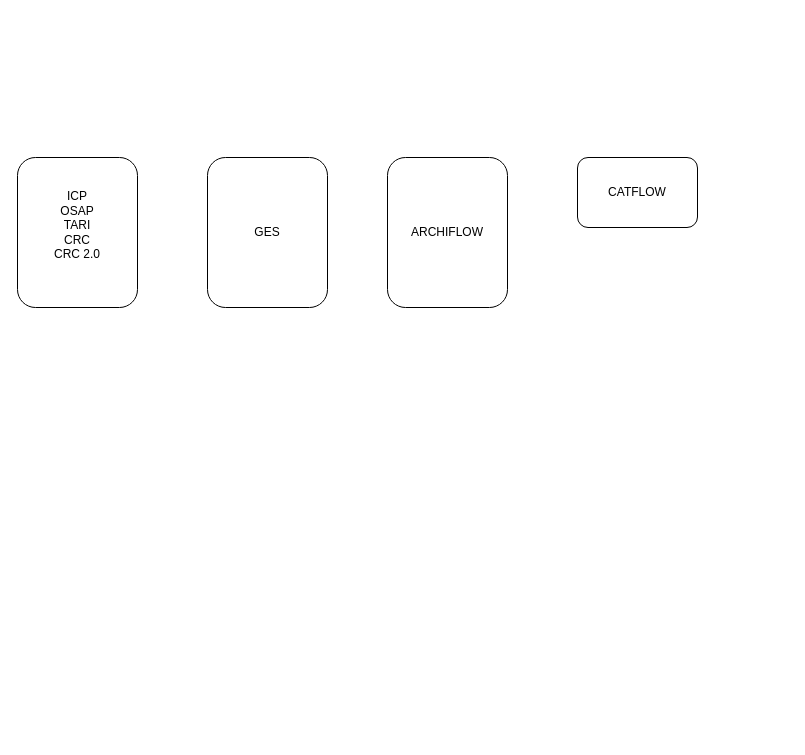
This is Processo Firma Digitale.drawio from marcogarbujoabaco/drawio, a draw.io file, before an edit. Source tidied: cells renumbered, new cells numbered last; positions are measured from the earlier drawing's top-left corner, leaving out a move shared by most shapes. Both pictures are drawn from the tidied source at 100%, with x=0, y=0 at pixel (17, 157).
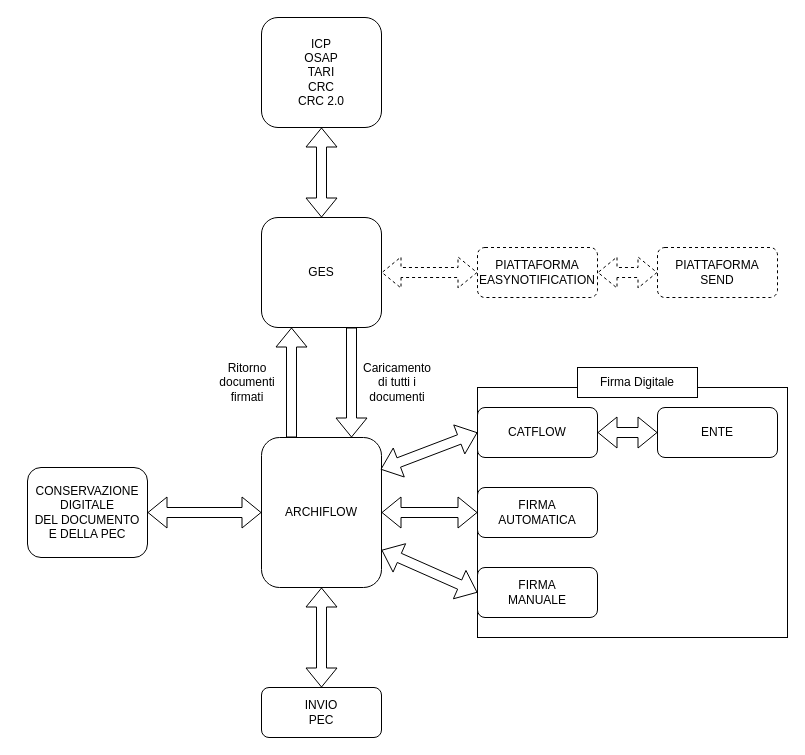
The same page after the edit.

Diff of the diagram source:
```diff
@@
+    <mxCell id="6" style="rounded=0;whiteSpace=wrap;html=1;" parent="1" vertex="1">
+      <mxGeometry x="460" y="230" width="310" height="250" as="geometry" />
+    </mxCell>
-    <mxCell id="2" value="ICP&lt;div&gt;OSAP&lt;/div&gt;&lt;div&gt;TARI&lt;/div&gt;&lt;div&gt;CRC&lt;/div&gt;&lt;div&gt;CRC 2.0&lt;/div&gt;&lt;div&gt;&lt;br&gt;&lt;/div&gt;" style="rounded=1;whiteSpace=wrap;html=1;" parent="1" vertex="1">
-      <mxGeometry width="120" height="150" as="geometry" />
+    <mxCell id="2" value="ICP&lt;div&gt;OSAP&lt;/div&gt;&lt;div&gt;TARI&lt;/div&gt;&lt;div&gt;CRC&lt;/div&gt;&lt;div&gt;CRC 2.0&lt;/div&gt;" style="rounded=1;whiteSpace=wrap;html=1;" parent="1" vertex="1">
+      <mxGeometry x="244" y="-140" width="120" height="110" as="geometry" />
     </mxCell>
     <mxCell id="3" value="&lt;div&gt;GES&lt;/div&gt;" style="rounded=1;whiteSpace=wrap;html=1;" parent="1" vertex="1">
-      <mxGeometry x="190" width="120" height="150" as="geometry" />
+      <mxGeometry x="244" y="60" width="120" height="110" as="geometry" />
     </mxCell>
     <mxCell id="4" value="&lt;div&gt;ARCHIFLOW&lt;/div&gt;" style="rounded=1;whiteSpace=wrap;html=1;" parent="1" vertex="1">
-      <mxGeometry x="370" width="120" height="150" as="geometry" />
+      <mxGeometry x="244" y="280" width="120" height="150" as="geometry" />
     </mxCell>
     <mxCell id="5" value="&lt;div&gt;CATFLOW&lt;/div&gt;" style="rounded=1;whiteSpace=wrap;html=1;" parent="1" vertex="1">
-      <mxGeometry x="560" width="120" height="70" as="geometry" />
+      <mxGeometry x="460" y="250" width="120" height="50" as="geometry" />
     </mxCell>
+    <mxCell id="7" style="shape=flexArrow;endArrow=classic;html=1;rounded=0;entryX=0.75;entryY=0;entryDx=0;entryDy=0;exitX=0.75;exitY=1;exitDx=0;exitDy=0;" parent="1" edge="1" source="3" target="4">
+      <mxGeometry relative="1" as="geometry" />
+    </mxCell>
+    <mxCell id="8" value="Caricamento di tutti i documenti" style="text;html=1;align=center;verticalAlign=middle;whiteSpace=wrap;rounded=0;" parent="1" vertex="1">
+      <mxGeometry x="350" y="210" width="60" height="30" as="geometry" />
+    </mxCell>
+    <mxCell id="9" value="&lt;div&gt;FIRMA&lt;/div&gt;&lt;div&gt;AUTOMATICA&lt;/div&gt;" style="rounded=1;whiteSpace=wrap;html=1;" parent="1" vertex="1">
+      <mxGeometry x="460" y="330" width="120" height="50" as="geometry" />
+    </mxCell>
+    <mxCell id="10" value="&lt;div&gt;FIRMA&lt;/div&gt;&lt;div&gt;MANUALE&lt;/div&gt;" style="rounded=1;whiteSpace=wrap;html=1;" parent="1" vertex="1">
+      <mxGeometry x="460" y="410" width="120" height="50" as="geometry" />
+    </mxCell>
+    <mxCell id="11" value="&lt;div&gt;ENTE&lt;/div&gt;" style="rounded=1;whiteSpace=wrap;html=1;" parent="1" vertex="1">
+      <mxGeometry x="640" y="250" width="120" height="50" as="geometry" />
+    </mxCell>
+    <mxCell id="12" style="shape=flexArrow;endArrow=classic;startArrow=classic;html=1;rounded=0;entryX=0;entryY=0.5;entryDx=0;entryDy=0;exitX=1;exitY=0.5;exitDx=0;exitDy=0;" parent="1" edge="1" source="5" target="11">
+      <mxGeometry relative="1" as="geometry" />
+    </mxCell>
+    <mxCell id="13" style="shape=flexArrow;endArrow=classic;startArrow=classic;html=1;rounded=0;entryX=0;entryY=0.5;entryDx=0;entryDy=0;exitX=0.992;exitY=0.213;exitDx=0;exitDy=0;exitPerimeter=0;" parent="1" edge="1" source="4" target="5">
+      <mxGeometry relative="1" as="geometry" />
+    </mxCell>
+    <mxCell id="14" style="shape=flexArrow;endArrow=classic;startArrow=classic;html=1;rounded=0;entryX=0;entryY=0.5;entryDx=0;entryDy=0;exitX=1;exitY=0.5;exitDx=0;exitDy=0;" parent="1" edge="1" source="4" target="9">
+      <mxGeometry relative="1" as="geometry" />
+    </mxCell>
+    <mxCell id="15" style="shape=flexArrow;endArrow=classic;startArrow=classic;html=1;rounded=0;entryX=0;entryY=0.5;entryDx=0;entryDy=0;exitX=1;exitY=0.75;exitDx=0;exitDy=0;" parent="1" edge="1" source="4" target="10">
+      <mxGeometry relative="1" as="geometry" />
+    </mxCell>
+    <mxCell id="16" value="&lt;div&gt;INVIO&lt;/div&gt;&lt;div&gt;PEC&lt;/div&gt;" style="rounded=1;whiteSpace=wrap;html=1;" parent="1" vertex="1">
+      <mxGeometry x="244" y="530" width="120" height="50" as="geometry" />
+    </mxCell>
+    <mxCell id="17" style="shape=flexArrow;endArrow=classic;startArrow=classic;html=1;rounded=0;exitX=0.5;exitY=1;exitDx=0;exitDy=0;entryX=0.5;entryY=0;entryDx=0;entryDy=0;" parent="1" edge="1" source="4" target="16">
+      <mxGeometry relative="1" as="geometry" />
+    </mxCell>
+    <mxCell id="18" value="&lt;div&gt;CONSERVAZIONE&lt;/div&gt;&lt;div&gt;DIGITALE&lt;/div&gt;&lt;div&gt;DEL DOCUMENTO&lt;/div&gt;&lt;div&gt;E DELLA PEC&lt;/div&gt;" style="rounded=1;whiteSpace=wrap;html=1;" parent="1" vertex="1">
+      <mxGeometry x="10" y="310" width="120" height="90" as="geometry" />
+    </mxCell>
+    <mxCell id="19" style="shape=flexArrow;endArrow=classic;startArrow=classic;html=1;rounded=0;exitX=1;exitY=0.5;exitDx=0;exitDy=0;entryX=0;entryY=0.5;entryDx=0;entryDy=0;" parent="1" edge="1" source="18" target="4">
+      <mxGeometry relative="1" as="geometry" />
+    </mxCell>
+    <mxCell id="20" style="shape=flexArrow;endArrow=classic;html=1;rounded=0;entryX=0.25;entryY=1;entryDx=0;entryDy=0;exitX=0.25;exitY=0;exitDx=0;exitDy=0;" parent="1" edge="1" source="4" target="3">
+      <mxGeometry relative="1" as="geometry" />
+    </mxCell>
+    <mxCell id="21" value="Ritorno&lt;div&gt;documenti&lt;/div&gt;&lt;div&gt;firmati&lt;/div&gt;" style="text;html=1;align=center;verticalAlign=middle;whiteSpace=wrap;rounded=0;" parent="1" vertex="1">
+      <mxGeometry x="200" y="210" width="60" height="30" as="geometry" />
+    </mxCell>
+    <mxCell id="22" style="shape=flexArrow;endArrow=classic;startArrow=classic;html=1;rounded=0;entryX=0.5;entryY=0;entryDx=0;entryDy=0;exitX=0.5;exitY=1;exitDx=0;exitDy=0;" parent="1" edge="1" source="2" target="3">
+      <mxGeometry relative="1" as="geometry" />
+    </mxCell>
+    <mxCell id="23" value="PIATTAFORMA SEND" style="rounded=1;whiteSpace=wrap;html=1;dashed=1;" parent="1" vertex="1">
+      <mxGeometry x="640" y="90" width="120" height="50" as="geometry" />
+    </mxCell>
+    <mxCell id="24" value="PIATTAFORMA EASYNOTIFICATION" style="rounded=1;whiteSpace=wrap;html=1;dashed=1;" parent="1" vertex="1">
+      <mxGeometry x="460" y="90" width="120" height="50" as="geometry" />
+    </mxCell>
+    <mxCell id="25" style="shape=flexArrow;endArrow=classic;startArrow=classic;html=1;rounded=0;entryX=0;entryY=0.5;entryDx=0;entryDy=0;exitX=1;exitY=0.5;exitDx=0;exitDy=0;dashed=1;" parent="1" edge="1" source="3" target="24">
+      <mxGeometry relative="1" as="geometry" />
+    </mxCell>
+    <mxCell id="26" style="shape=flexArrow;endArrow=classic;startArrow=classic;html=1;rounded=0;entryX=0;entryY=0.5;entryDx=0;entryDy=0;dashed=1;exitX=1;exitY=0.5;exitDx=0;exitDy=0;" parent="1" edge="1" source="24" target="23">
+      <mxGeometry relative="1" as="geometry" />
+    </mxCell>
+    <mxCell id="27" value="Firma Digitale" style="text;html=1;align=center;verticalAlign=middle;whiteSpace=wrap;rounded=0;fillColor=default;strokeColor=default;" parent="1" vertex="1">
+      <mxGeometry x="560" y="210" width="120" height="30" as="geometry" />
+    </mxCell>
```
